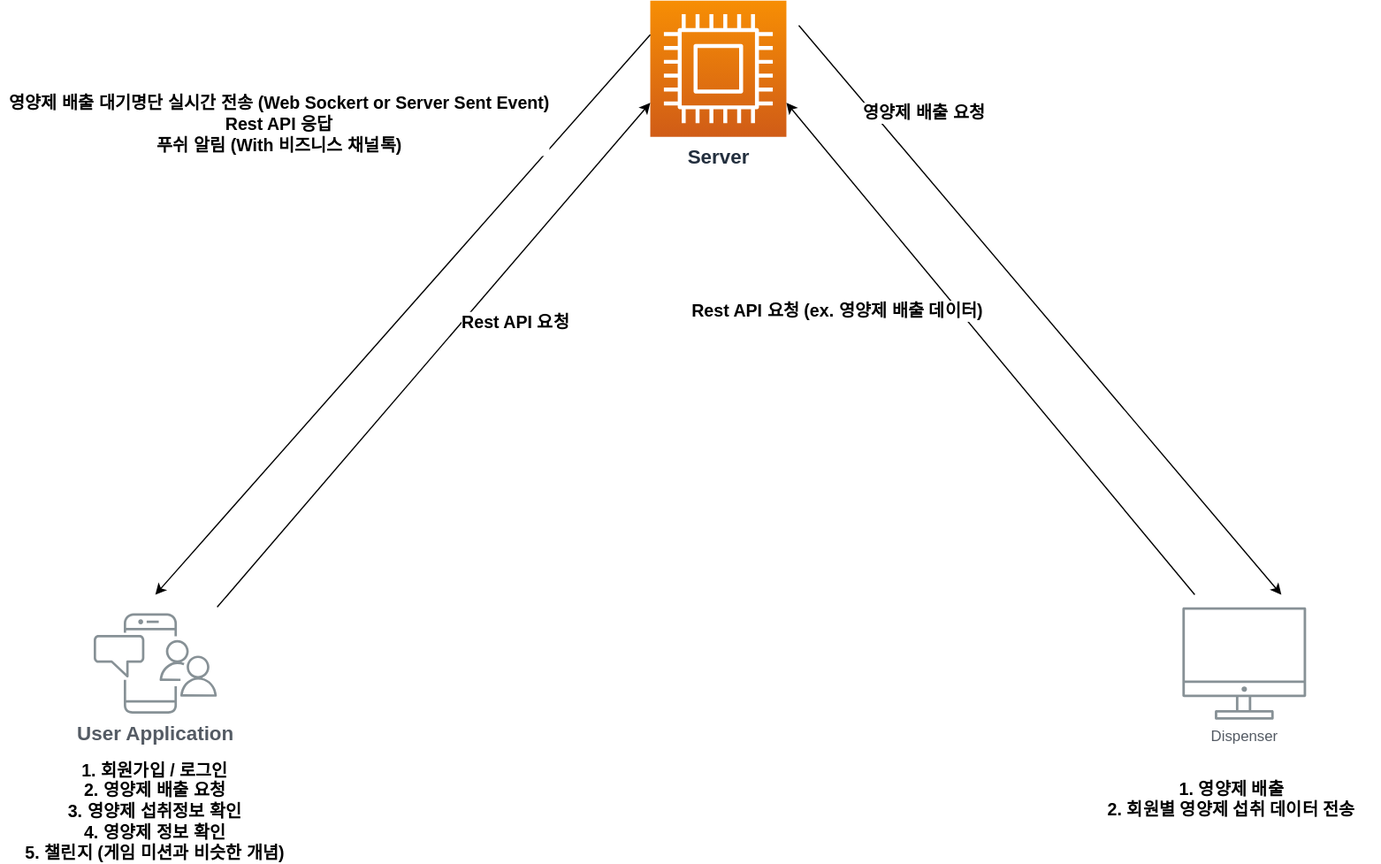
The draw.io diagram server_flow.svg in ggj0418/DrawIO, before a commit. Source tidied: cells renumbered, new cells last; positions are measured from the earlier drawing's top-left corner, leaving out a move shared by most shapes.
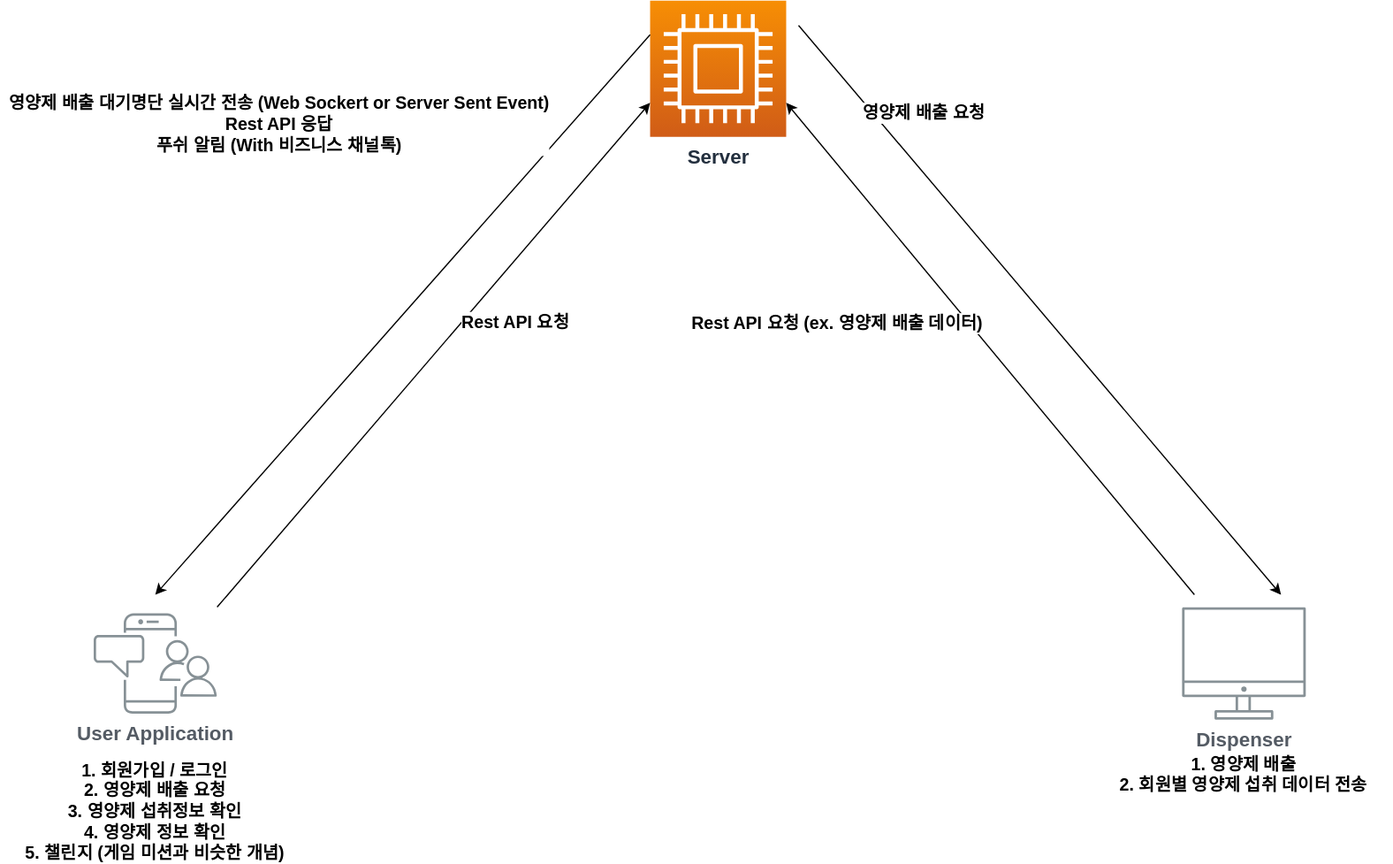
The same file after the commit.

What changed in the source:
```diff
@@ -2,7 +2,7 @@
   <root>
     <mxCell id="0" />
     <mxCell id="1" parent="0" />
-    <mxCell id="2" value="Dispenser" style="gradientColor=none;fontColor=#545B64;strokeColor=none;fillColor=#879196;dashed=0;verticalLabelPosition=bottom;verticalAlign=top;align=center;html=1;fontSize=12;fontStyle=0;shape=mxgraph.aws4.illustration_desktop;labelBackgroundColor=#ffffff;" parent="1" vertex="1">
+    <mxCell id="2" value="Dispenser" style="gradientColor=none;fontColor=#545B64;strokeColor=none;fillColor=#879196;dashed=0;verticalLabelPosition=bottom;verticalAlign=top;align=center;html=1;fontSize=16;fontStyle=1;shape=mxgraph.aws4.illustration_desktop;labelBackgroundColor=#ffffff;" parent="1" vertex="1">
       <mxGeometry x="950" y="490" width="100" height="91" as="geometry" />
     </mxCell>
     <mxCell id="3" value="User Application" style="gradientColor=none;fontColor=#545B64;strokeColor=none;fillColor=#879196;dashed=0;verticalLabelPosition=bottom;verticalAlign=top;align=center;html=1;fontSize=16;fontStyle=1;shape=mxgraph.aws4.illustration_notification;labelBackgroundColor=#ffffff;" parent="1" vertex="1">
@@ -49,14 +49,14 @@
     </mxCell>
     <mxCell id="12" value="Rest API 요청 (ex. 영양제 배출 데이터)" style="edgeLabel;html=1;align=center;verticalAlign=middle;fontSize=14;fontStyle=1;" parent="11" vertex="1">
       <mxGeometry relative="1" as="geometry">
-        <mxPoint x="-125" y="-31" as="offset" />
+        <mxPoint x="-125" y="-21" as="offset" />
       </mxGeometry>
     </mxCell>
     <mxCell id="13" value="1. 회원가입 / 로그인&lt;br&gt;2. 영양제 배출 요청&lt;br&gt;3. 영양제 섭취정보 확인&lt;br&gt;4. 영양제 정보 확인&lt;br&gt;5. 챌린지 (게임 미션과 비슷한 개념)" style="text;html=1;strokeColor=none;fillColor=none;align=center;verticalAlign=middle;whiteSpace=wrap;rounded=0;fontSize=14;fontStyle=1;" parent="1" vertex="1">
       <mxGeometry y="640" width="240" height="30" as="geometry" />
     </mxCell>
     <mxCell id="14" value="1. 영양제 배출&lt;br&gt;2. 회원별 영양제 섭취 데이터 전송" style="text;html=1;strokeColor=none;fillColor=none;align=center;verticalAlign=middle;whiteSpace=wrap;rounded=0;fontSize=14;fontStyle=1;" parent="1" vertex="1">
-      <mxGeometry x="870" y="630" width="240" height="30" as="geometry" />
+      <mxGeometry x="880" y="610" width="240" height="30" as="geometry" />
     </mxCell>
   </root>
 </mxGraphModel>
```
